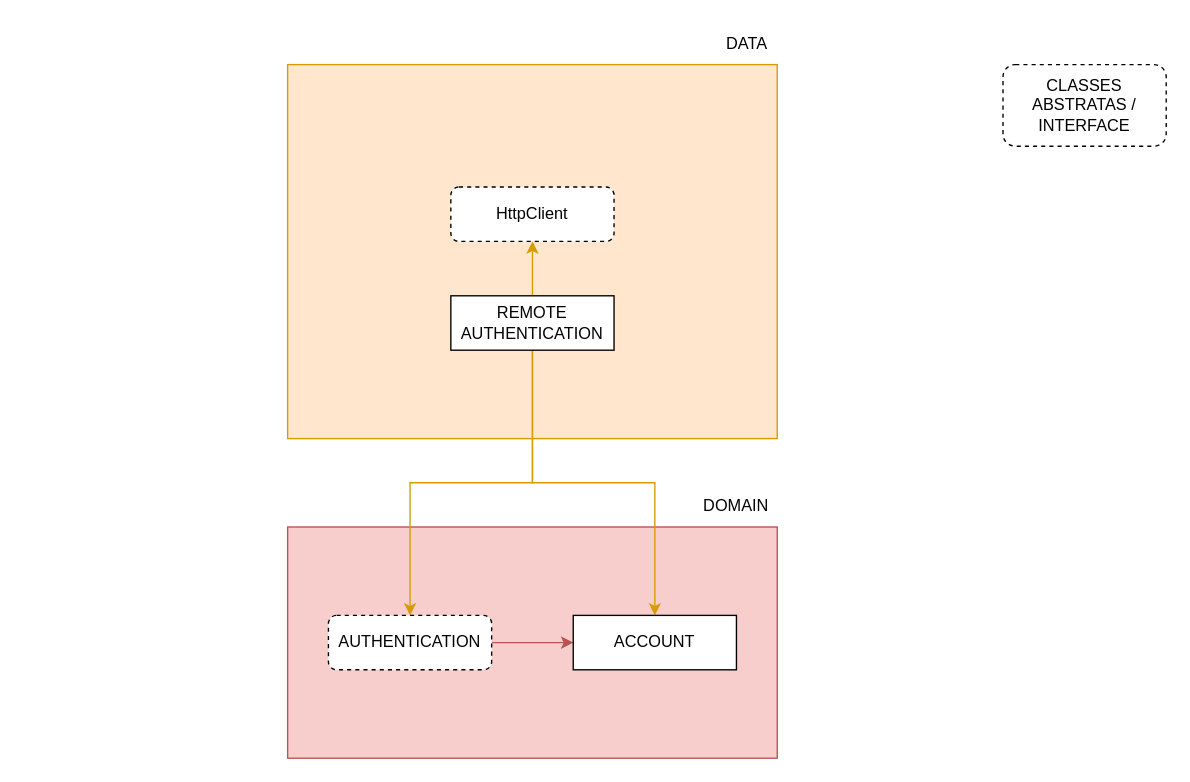
Earlier version of the draw.io diagram clean-flutter-app.drawio (alineayumi/clean-flutter-app). Source tidied: cells renumbered, new cells numbered last; positions are measured from the earlier drawing's top-left corner, leaving out a move shared by most shapes. Both pictures are drawn from the tidied source at 136%, with x=0, y=0 at pixel (287, 23).
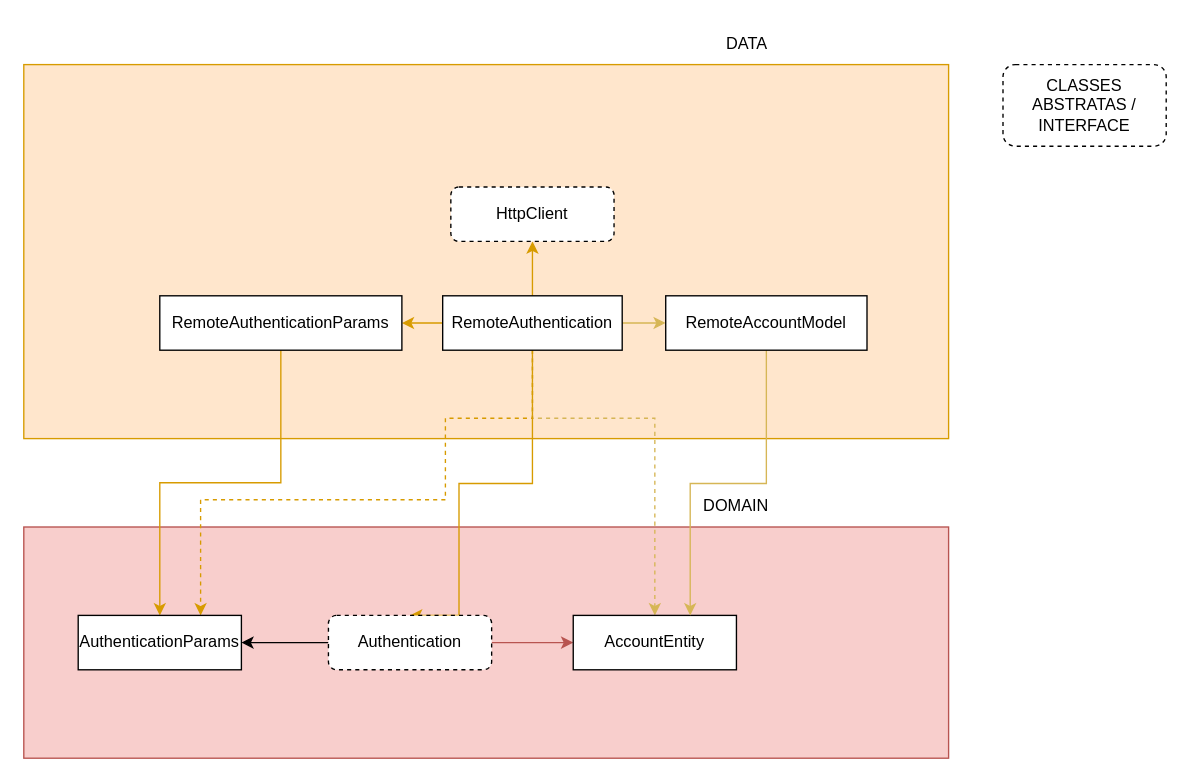
The same page after the edit.

The edit, as a diff of the source:
```diff
@@
     <mxCell id="2" style="rounded=0;whiteSpace=wrap;html=1;fillColor=#f8cecc;strokeColor=#b85450;" parent="1" vertex="1">
-      <mxGeometry y="370" width="360" height="170" as="geometry" />
+      <mxGeometry x="-194" y="370" width="680" height="170" as="geometry" />
     </mxCell>
     <mxCell id="3" style="rounded=0;whiteSpace=wrap;html=1;fillColor=#ffe6cc;strokeColor=#d79b00;" parent="1" vertex="1">
-      <mxGeometry y="30" width="360" height="275" as="geometry" />
+      <mxGeometry x="-194" y="30" width="680" height="275" as="geometry" />
     </mxCell>
     <mxCell id="4" style="edgeStyle=orthogonalEdgeStyle;rounded=0;jettySize=auto;html=1;exitX=0.5;exitY=1;exitDx=0;exitDy=0;entryX=0.5;entryY=0;entryDx=0;entryDy=0;fillColor=#ffe6cc;strokeColor=#d79b00;" parent="1" edge="1" source="7" target="11">
-      <mxGeometry relative="1" as="geometry" />
+      <mxGeometry relative="1" as="geometry">
+        <Array as="points">
+          <mxPoint x="180" y="338" />
+          <mxPoint x="126" y="338" />
+          <mxPoint x="126" y="435" />
+        </Array>
+      </mxGeometry>
     </mxCell>
-    <mxCell id="5" style="edgeStyle=orthogonalEdgeStyle;rounded=0;jettySize=auto;html=1;fillColor=#ffe6cc;strokeColor=#d79b00;" parent="1" edge="1" source="7" target="13">
-      <mxGeometry relative="1" as="geometry" />
+    <mxCell id="5" style="edgeStyle=orthogonalEdgeStyle;rounded=0;jettySize=auto;html=1;fillColor=#fff2cc;strokeColor=#d6b656;dashed=1;" parent="1" edge="1" source="7" target="13">
+      <mxGeometry relative="1" as="geometry">
+        <Array as="points">
+          <mxPoint x="180" y="290" />
+          <mxPoint x="270" y="290" />
+        </Array>
+      </mxGeometry>
     </mxCell>
@@
+    <mxCell id="15" style="edgeStyle=orthogonalEdgeStyle;rounded=0;jettySize=auto;html=1;fillColor=#ffe6cc;strokeColor=#d79b00;" parent="1" edge="1" source="7" target="22">
+      <mxGeometry relative="1" as="geometry" />
+    </mxCell>
+    <mxCell id="16" style="edgeStyle=orthogonalEdgeStyle;rounded=0;jettySize=auto;html=1;fillColor=#fff2cc;strokeColor=#d6b656;" parent="1" edge="1" source="7" target="20">
+      <mxGeometry relative="1" as="geometry" />
+    </mxCell>
+    <mxCell id="17" style="edgeStyle=orthogonalEdgeStyle;rounded=0;jettySize=auto;html=1;entryX=0.75;entryY=0;entryDx=0;entryDy=0;exitX=0.5;exitY=1;exitDx=0;exitDy=0;fillColor=#ffe6cc;strokeColor=#d79b00;dashed=1;" parent="1" edge="1" source="7" target="23">
+      <mxGeometry relative="1" as="geometry">
+        <Array as="points">
+          <mxPoint x="180" y="290" />
+          <mxPoint x="116" y="290" />
+          <mxPoint x="116" y="350" />
+          <mxPoint x="-64" y="350" />
+        </Array>
+      </mxGeometry>
+    </mxCell>
-    <mxCell id="7" value="REMOTE AUTHENTICATION" style="rounded=0;whiteSpace=wrap;html=1;" parent="1" vertex="1">
-      <mxGeometry x="120" y="200" width="120" height="40" as="geometry" />
+    <mxCell id="7" value="RemoteAuthentication" style="rounded=0;whiteSpace=wrap;html=1;" parent="1" vertex="1">
+      <mxGeometry x="114" y="200" width="132" height="40" as="geometry" />
     </mxCell>
@@
+    <mxCell id="18" style="edgeStyle=orthogonalEdgeStyle;rounded=0;jettySize=auto;html=1;" parent="1" edge="1" source="11" target="23">
+      <mxGeometry relative="1" as="geometry" />
+    </mxCell>
-    <mxCell id="11" value="AUTHENTICATION" style="rounded=1;whiteSpace=wrap;html=1;dashed=1;" parent="1" vertex="1">
+    <mxCell id="11" value="Authentication" style="rounded=1;whiteSpace=wrap;html=1;dashed=1;" parent="1" vertex="1">
       <mxGeometry x="30" y="435" width="120" height="40" as="geometry" />
     </mxCell>
@@
-    <mxCell id="13" value="ACCOUNT" style="rounded=0;whiteSpace=wrap;html=1;" parent="1" vertex="1">
+    <mxCell id="13" value="AccountEntity" style="rounded=0;whiteSpace=wrap;html=1;" parent="1" vertex="1">
       <mxGeometry x="210" y="435" width="120" height="40" as="geometry" />
     </mxCell>
@@
+    <mxCell id="19" style="edgeStyle=orthogonalEdgeStyle;rounded=0;jettySize=auto;html=1;fillColor=#fff2cc;strokeColor=#d6b656;" parent="1" edge="1" source="20">
+      <mxGeometry relative="1" as="geometry">
+        <mxPoint x="296" y="435" as="targetPoint" />
+        <Array as="points">
+          <mxPoint x="352" y="338" />
+          <mxPoint x="296" y="338" />
+          <mxPoint x="296" y="435" />
+        </Array>
+      </mxGeometry>
+    </mxCell>
+    <mxCell id="20" value="RemoteAccountModel" style="rounded=0;whiteSpace=wrap;html=1;" parent="1" vertex="1">
+      <mxGeometry x="278" y="200" width="148" height="40" as="geometry" />
+    </mxCell>
+    <mxCell id="21" style="edgeStyle=orthogonalEdgeStyle;rounded=0;jettySize=auto;html=1;fillColor=#ffe6cc;strokeColor=#d79b00;" parent="1" edge="1" source="22" target="23">
+      <mxGeometry relative="1" as="geometry" />
+    </mxCell>
+    <mxCell id="22" value="RemoteAuthenticationParams" style="rounded=0;whiteSpace=wrap;html=1;" parent="1" vertex="1">
+      <mxGeometry x="-94" y="200" width="178" height="40" as="geometry" />
+    </mxCell>
+    <mxCell id="23" value="AuthenticationParams" style="rounded=0;whiteSpace=wrap;html=1;" parent="1" vertex="1">
+      <mxGeometry x="-154" y="435" width="120" height="40" as="geometry" />
+    </mxCell>
```
